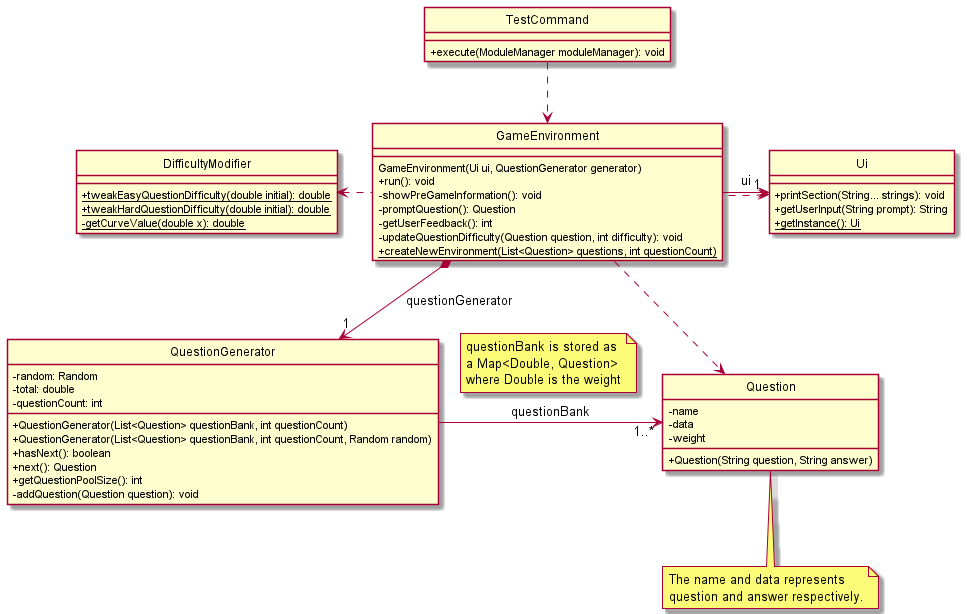
This is docs/attachments/ActiveRecallClassDiagram.png from nus-cs2113-AY2122S1/tp, a PlantUML export, as it was before one commit.
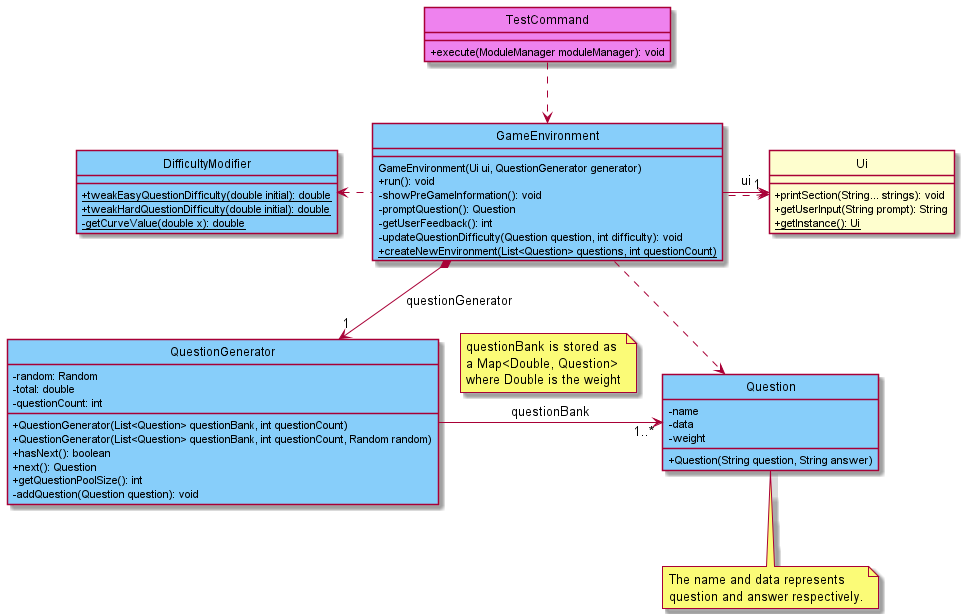
After the commit.

Change to the diagram source:
```diff
@@ -1,7 +1,6 @@
 @startuml
 
-skinparam classAttributeIconSize 0
-hide circle
+!include ClassStyle.puml
 
 TestCommand ..> GameEnvironment
 
@@ -17,11 +16,11 @@
 endnote
 GameEnvironment ..>  Question
 
-class TestCommand {
+class TestCommand COMMAND_COLOR{
   + execute(ModuleManager moduleManager): void
 }
 
-class GameEnvironment {
+class GameEnvironment ACTIVERECALL_COLOR{
   GameEnvironment(Ui ui, QuestionGenerator generator)
   + run(): void
   - showPreGameInformation(): void
@@ -31,7 +30,7 @@
   + {static} createNewEnvironment(List<Question> questions, int questionCount)
 }
 
-class QuestionGenerator {
+class QuestionGenerator ACTIVERECALL_COLOR{
   - random: Random
   - total: double
   - questionCount: int
@@ -43,7 +42,7 @@
   - addQuestion(Question question): void
 }
 
-class Question {
+class Question ACTIVERECALL_COLOR{
   - name
   - data
   - weight
@@ -61,7 +60,7 @@
   + {static} getInstance(): Ui
 }
 
-class DifficultyModifier {
+class DifficultyModifier ACTIVERECALL_COLOR{
   + {static} tweakEasyQuestionDifficulty(double initial): double
   + {static} tweakHardQuestionDifficulty(double initial): double
   - {static} getCurveValue(double x): double
```
